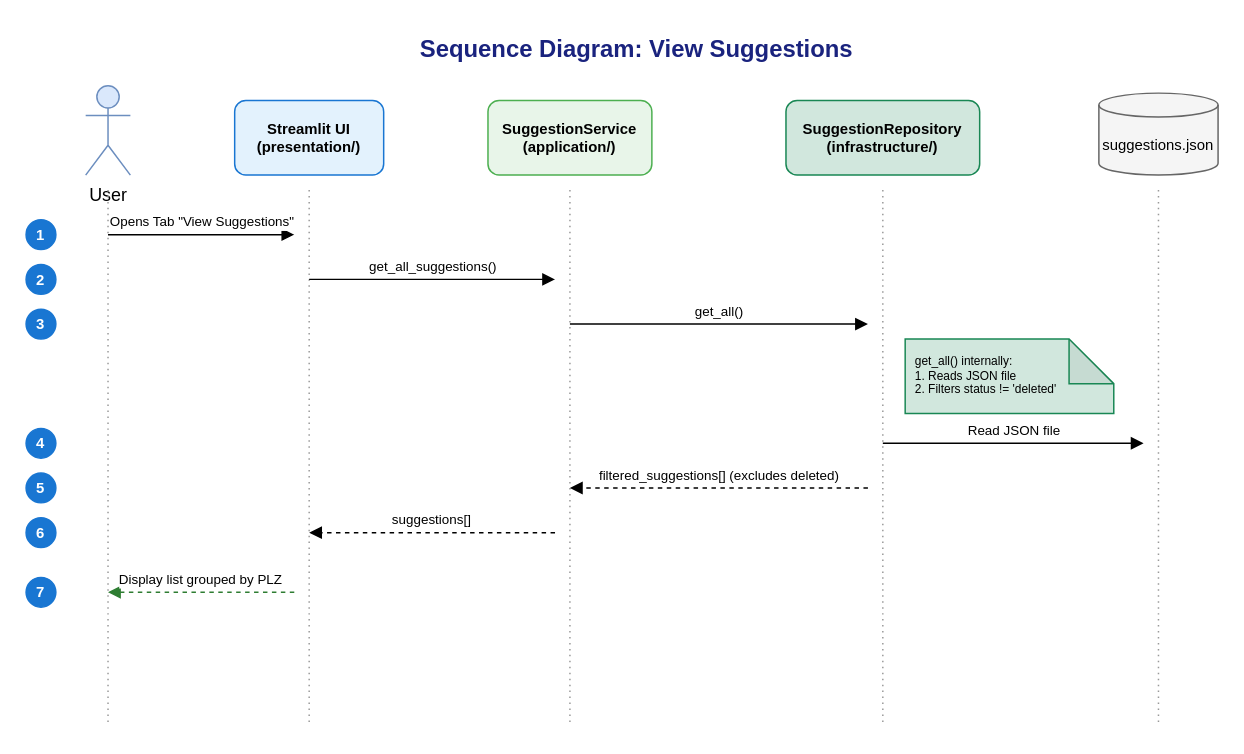
Before: page "2. View Suggestions" (2 of 3) of docs/user-story-7-sequence-diagrams.drawio in SamuskaAksumas/heatmap-charging-stations, a draw.io diagram. Source tidied: cells renumbered, new cells numbered last; positions are measured from the earlier drawing's top-left corner, leaving out a move shared by most shapes. Both pictures are drawn from the tidied source at 149%, with x=0, y=0 at pixel (25, 25).
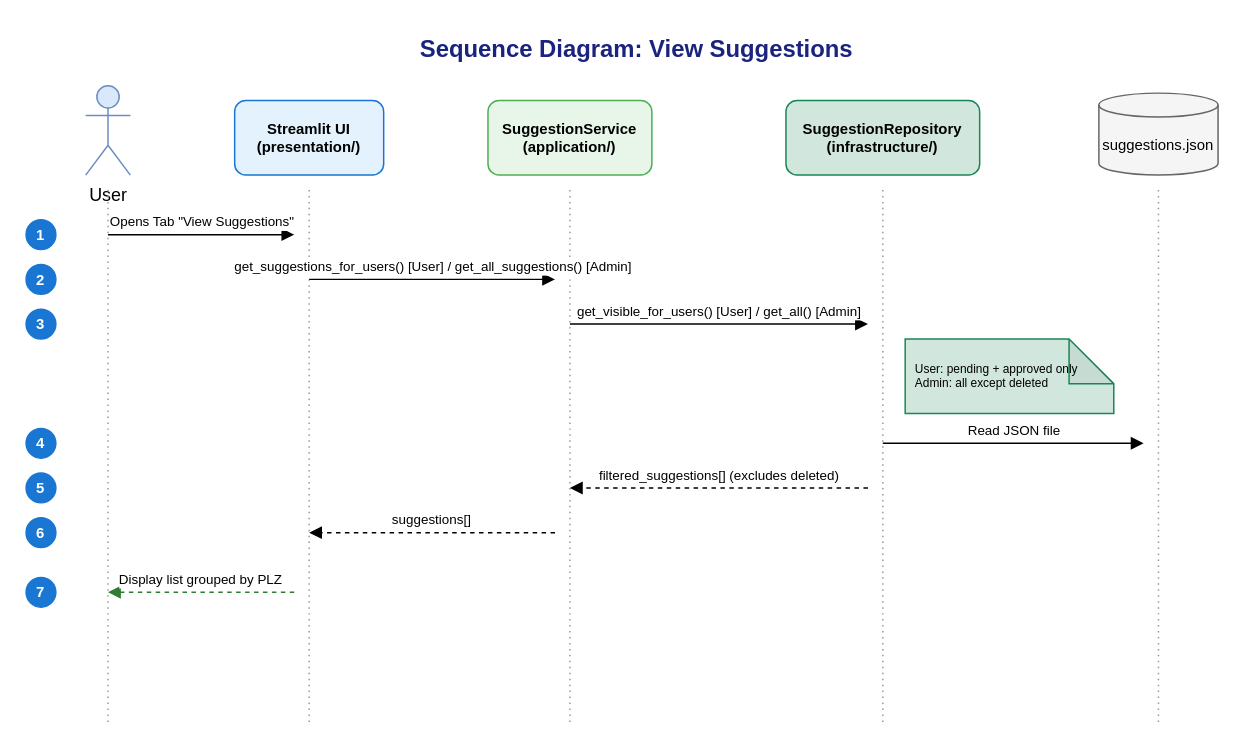
After the change.

Commit message (it also covers changes not shown here):
Add user visibility filtering, admin delete and review notes functionality

Diff of the diagram source:
```diff
@@
-    <mxCell id="16" value="get_all_suggestions()" style="html=1;verticalAlign=bottom;endArrow=block;curved=0;rounded=0;fontSize=9;" parent="1" edge="1">
+    <mxCell id="16" value="get_suggestions_for_users() [User] / get_all_suggestions() [Admin]" style="html=1;verticalAlign=bottom;endArrow=block;curved=0;rounded=0;fontSize=9;" parent="1" edge="1">
       <mxGeometry relative="1" as="geometry">
         <mxPoint x="190" y="170" as="sourcePoint" />
         <mxPoint x="355" y="170" as="targetPoint" />
       </mxGeometry>
     </mxCell>
@@
-    <mxCell id="18" value="get_all()" style="html=1;verticalAlign=bottom;endArrow=block;curved=0;rounded=0;fontSize=9;" parent="1" edge="1">
+    <mxCell id="18" value="get_visible_for_users() [User] / get_all() [Admin]" style="html=1;verticalAlign=bottom;endArrow=block;curved=0;rounded=0;fontSize=9;" parent="1" edge="1">
       <mxGeometry relative="1" as="geometry">
         <mxPoint x="365" y="200" as="sourcePoint" />
         <mxPoint x="565" y="200" as="targetPoint" />
       </mxGeometry>
     </mxCell>
-    <mxCell id="19" value="get_all() internally:&#10;1. Reads JSON file&#10;2. Filters status != 'deleted'" style="shape=note;whiteSpace=wrap;html=1;backgroundOutline=1;darkOpacity=0.05;fillColor=#d1e7dd;strokeColor=#198754;fontSize=8;align=left;spacingLeft=5;" parent="1" vertex="1">
+    <mxCell id="19" value="User: pending + approved only&#10;Admin: all except deleted" style="shape=note;whiteSpace=wrap;html=1;backgroundOutline=1;darkOpacity=0.05;fillColor=#d1e7dd;strokeColor=#198754;fontSize=8;align=left;spacingLeft=5;" parent="1" vertex="1">
       <mxGeometry x="590" y="210" width="140" height="50" as="geometry" />
     </mxCell>
```
